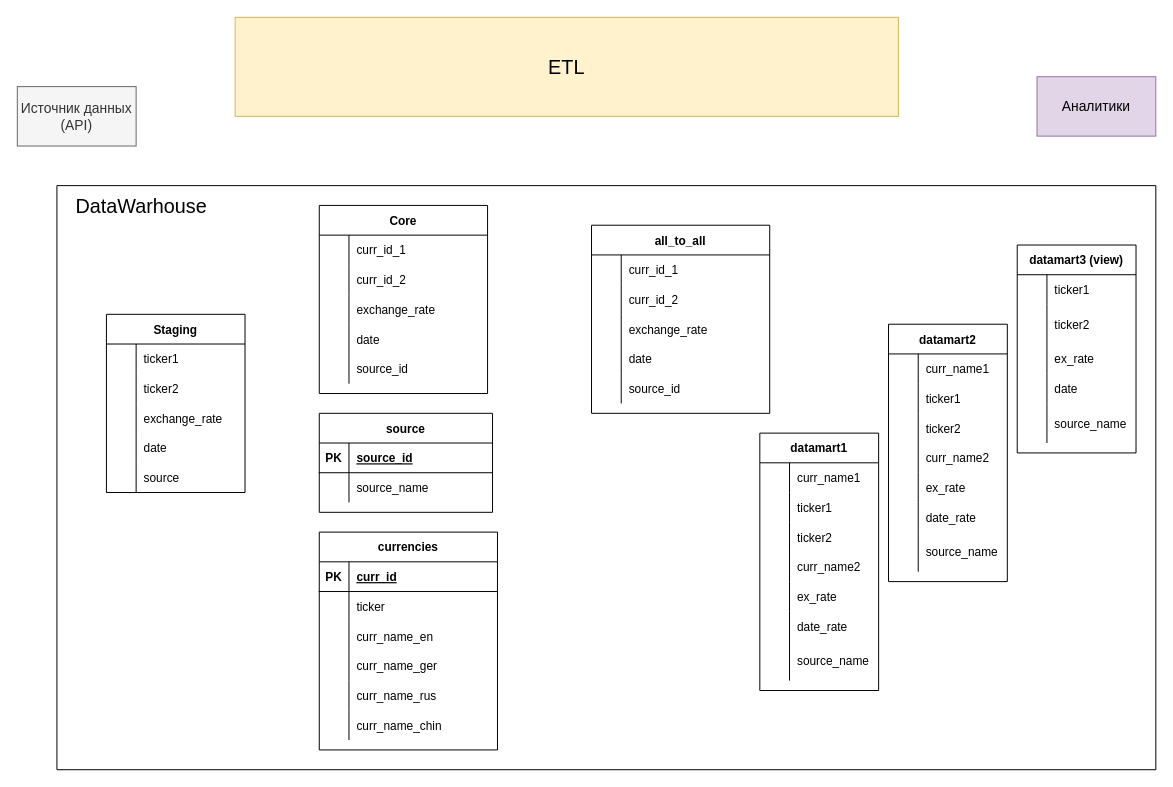
Earlier version of the draw.io diagram Untitled Diagram.drawio (igalashow/iSpring_dwh). Source tidied: cells renumbered, new cells numbered last; positions are measured from the earlier drawing's top-left corner, leaving out a move shared by most shapes. Both pictures are drawn from the tidied source at 99%, with x=0, y=0 at pixel (17, 17).
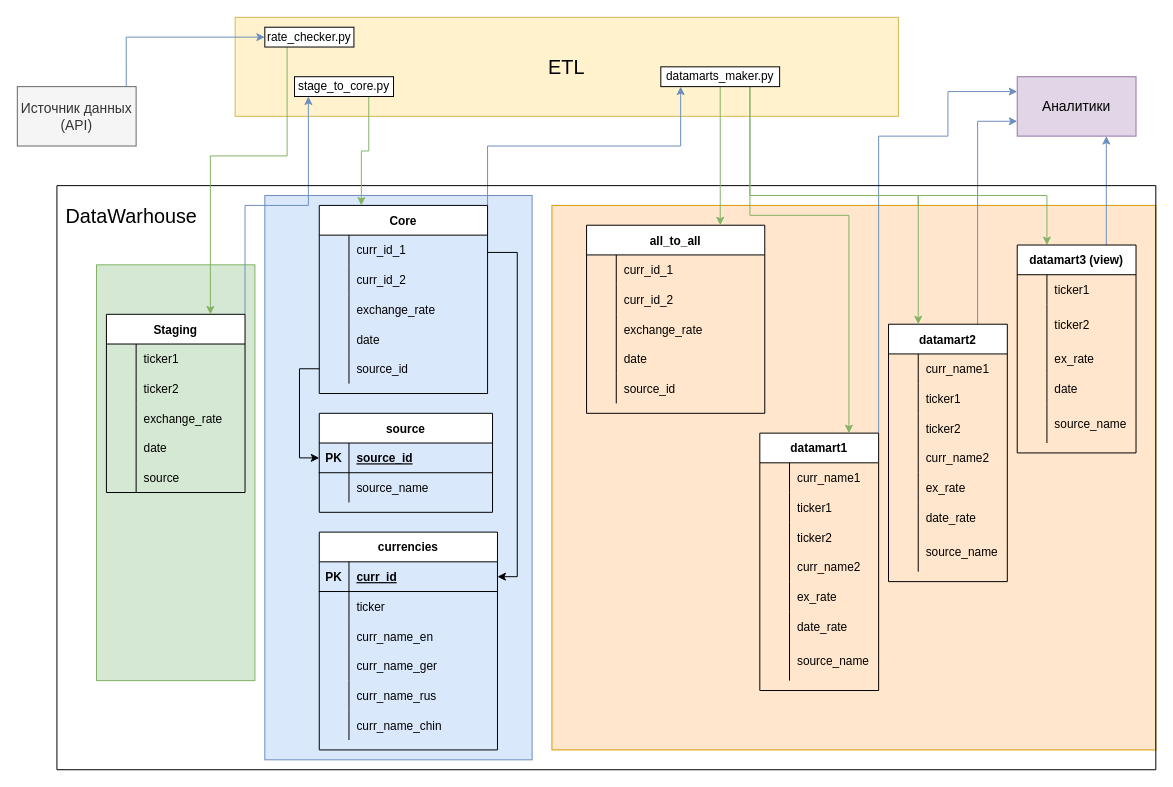
After the change.

Unchanged cells that the change refers to:
```xml
<mxCell id="2" value="Staging" style="shape=table;startSize=30;childLayout=tableLayout;rowLines=0;fontStyle=1;align=center;" parent="1" vertex="1">
  <mxGeometry x="90" y="300" width="140" height="180" as="geometry" />
</mxCell>
<mxCell id="18" value="Core" style="shape=table;startSize=30;childLayout=tableLayout;rowLines=0;fontStyle=1;align=center;" parent="1" vertex="1">
  <mxGeometry x="305" y="190" width="170" height="190" as="geometry" />
</mxCell>
<mxCell id="31" style="shape=partialRectangle;fillColor=none;top=0;left=0;bottom=0;right=0;points=[[0,0.5],[1,0.5]];portConstraint=eastwest;" parent="18" vertex="1">
  <mxGeometry y="150" width="170" height="30" as="geometry" />
</mxCell>
<mxCell id="35" style="shape=partialRectangle;fillColor=none;top=0;left=0;bottom=1;right=0;points=[[0,0.5],[1,0.5]];portConstraint=eastwest;" parent="34" vertex="1">
  <mxGeometry y="30" width="180" height="30" as="geometry" />
</mxCell>
<mxCell id="54" style="shape=partialRectangle;fillColor=none;top=0;left=0;bottom=1;right=0;points=[[0,0.5],[1,0.5]];portConstraint=eastwest;" parent="53" vertex="1">
  <mxGeometry y="30" width="175" height="30" as="geometry" />
</mxCell>
<mxCell id="76" value="datamart1" style="shape=table;startSize=30;childLayout=tableLayout;rowLines=0;fontStyle=1;align=center;" parent="1" vertex="1">
  <mxGeometry x="750" y="420" width="120" height="260" as="geometry" />
</mxCell>
<mxCell id="98" value="datamart2" style="shape=table;startSize=30;childLayout=tableLayout;rowLines=0;fontStyle=1;align=center;" parent="1" vertex="1">
  <mxGeometry x="880" y="310" width="120" height="260" as="geometry" />
</mxCell>
<mxCell id="120" value="datamart3 (view)" style="shape=table;startSize=30;childLayout=tableLayout;rowLines=0;fontStyle=1;align=center;" parent="1" vertex="1">
  <mxGeometry x="1010" y="230" width="120" height="210" as="geometry" />
</mxCell>
<mxCell id="137" value="&lt;font style=&quot;font-size: 14px&quot;&gt;Источник данных (API)&lt;br&gt;&lt;/font&gt;" style="rounded=0;whiteSpace=wrap;html=1;fillColor=#f5f5f5;strokeColor=#666666;fontColor=#333333;" parent="1" vertex="1">
  <mxGeometry y="70" width="120" height="60" as="geometry" />
</mxCell>
<mxCell id="138" style="swimlane;startSize=0;" parent="1" vertex="1">
  <mxGeometry x="40" y="170" width="1110" height="590" as="geometry" />
</mxCell>
```

What changed in the source:
```diff
@@
+    <mxCell id="141" style="rounded=0;whiteSpace=wrap;html=1;strokeColor=#82b366;strokeWidth=1;fillColor=#d5e8d4;" parent="1" vertex="1">
+      <mxGeometry x="80" y="250" width="160" height="420" as="geometry" />
+    </mxCell>
+    <mxCell id="142" style="rounded=0;whiteSpace=wrap;html=1;strokeColor=#6c8ebf;strokeWidth=1;fillColor=#dae8fc;" parent="1" vertex="1">
+      <mxGeometry x="250" y="180" width="270" height="570" as="geometry" />
+    </mxCell>
+    <mxCell id="143" style="rounded=0;whiteSpace=wrap;html=1;strokeColor=#d79b00;strokeWidth=1;fillColor=#ffe6cc;" parent="1" vertex="1">
+      <mxGeometry x="540" y="190" width="610" height="550" as="geometry" />
+    </mxCell>
+    <mxCell id="136" value="&lt;font style=&quot;font-size: 20px&quot;&gt;ETL&lt;/font&gt;" style="rounded=0;whiteSpace=wrap;html=1;fillColor=#fff2cc;strokeColor=#d6b656;" parent="1" vertex="1">
+      <mxGeometry x="220" width="670" height="100" as="geometry" />
+    </mxCell>
+    <mxCell id="144" style="edgeStyle=orthogonalEdgeStyle;rounded=0;jettySize=auto;html=1;exitX=1;exitY=0;exitDx=0;exitDy=0;entryX=0.14;entryY=1;entryDx=0;entryDy=0;entryPerimeter=0;fillColor=#dae8fc;strokeColor=#6c8ebf;" parent="1" edge="1" source="2" target="154">
+      <mxGeometry relative="1" as="geometry" />
+    </mxCell>
@@
+    <mxCell id="145" style="edgeStyle=orthogonalEdgeStyle;rounded=0;jettySize=auto;html=1;exitX=1;exitY=0;exitDx=0;exitDy=0;entryX=0.167;entryY=1;entryDx=0;entryDy=0;entryPerimeter=0;fillColor=#dae8fc;strokeColor=#6c8ebf;" parent="1" edge="1" source="18" target="158">
+      <mxGeometry relative="1" as="geometry" />
+    </mxCell>
@@
     <mxCell id="60" value="all_to_all" style="shape=table;startSize=30;childLayout=tableLayout;rowLines=0;fontStyle=1;align=center;" parent="1" vertex="1">
-      <mxGeometry x="580" y="210" width="180" height="190" as="geometry" />
+      <mxGeometry x="575" y="210" width="180" height="190" as="geometry" />
     </mxCell>
@@
+    <mxCell id="146" style="edgeStyle=orthogonalEdgeStyle;rounded=0;jettySize=auto;html=1;exitX=1;exitY=0;exitDx=0;exitDy=0;entryX=0;entryY=0.25;entryDx=0;entryDy=0;fillColor=#dae8fc;strokeColor=#6c8ebf;" parent="1" edge="1" source="76" target="140">
+      <mxGeometry relative="1" as="geometry">
+        <Array as="points">
+          <mxPoint x="870" y="120" />
+          <mxPoint x="940" y="120" />
+          <mxPoint x="940" y="75" />
+        </Array>
+      </mxGeometry>
+    </mxCell>
@@
+    <mxCell id="147" style="edgeStyle=orthogonalEdgeStyle;rounded=0;jettySize=auto;html=1;exitX=0.75;exitY=0;exitDx=0;exitDy=0;entryX=0;entryY=0.75;entryDx=0;entryDy=0;fillColor=#dae8fc;strokeColor=#6c8ebf;" parent="1" edge="1" source="98" target="140">
+      <mxGeometry relative="1" as="geometry" />
+    </mxCell>
@@
+    <mxCell id="148" style="edgeStyle=orthogonalEdgeStyle;rounded=0;jettySize=auto;html=1;exitX=0.25;exitY=0;exitDx=0;exitDy=0;entryX=0.25;entryY=0;entryDx=0;entryDy=0;fillColor=#d5e8d4;strokeColor=#82b366;" parent="1" edge="1" target="120">
+      <mxGeometry relative="1" as="geometry">
+        <mxPoint x="910" y="190" as="sourcePoint" />
+        <Array as="points">
+          <mxPoint x="910" y="180" />
+          <mxPoint x="1040" y="180" />
+        </Array>
+      </mxGeometry>
+    </mxCell>
+    <mxCell id="149" style="edgeStyle=orthogonalEdgeStyle;rounded=0;jettySize=auto;html=1;exitX=0.75;exitY=0;exitDx=0;exitDy=0;entryX=0.75;entryY=1;entryDx=0;entryDy=0;fillColor=#dae8fc;strokeColor=#6c8ebf;" parent="1" edge="1" source="120" target="140">
+      <mxGeometry relative="1" as="geometry" />
+    </mxCell>
@@
-    <mxCell id="136" value="&lt;font style=&quot;font-size: 20px&quot;&gt;ETL&lt;/font&gt;" style="rounded=0;whiteSpace=wrap;html=1;fillColor=#fff2cc;strokeColor=#d6b656;" parent="1" vertex="1">
-      <mxGeometry x="220" width="670" height="100" as="geometry" />
-    </mxCell>
@@
     <mxCell id="139" value="&lt;font style=&quot;font-size: 20px&quot;&gt;DataWarhouse&lt;/font&gt;" style="text;html=1;align=center;verticalAlign=middle;strokeColor=none;" parent="138" vertex="1">
-      <mxGeometry x="10" y="10" width="150" height="20" as="geometry" />
+      <mxGeometry y="20" width="150" height="20" as="geometry" />
     </mxCell>
     <mxCell id="140" value="&lt;font style=&quot;font-size: 14px&quot;&gt;Аналитики&lt;/font&gt;" style="rounded=0;whiteSpace=wrap;html=1;fillColor=#e1d5e7;strokeColor=#9673a6;" parent="1" vertex="1">
-      <mxGeometry x="1030" y="60" width="120" height="60" as="geometry" />
+      <mxGeometry x="1010" y="60" width="120" height="60" as="geometry" />
     </mxCell>
+    <mxCell id="150" style="edgeStyle=orthogonalEdgeStyle;rounded=0;jettySize=auto;html=1;exitX=0.917;exitY=0;exitDx=0;exitDy=0;entryX=0;entryY=0.5;entryDx=0;entryDy=0;exitPerimeter=0;fillColor=#dae8fc;strokeColor=#6c8ebf;" parent="1" edge="1" source="137" target="152">
+      <mxGeometry relative="1" as="geometry" />
+    </mxCell>
+    <mxCell id="151" style="edgeStyle=orthogonalEdgeStyle;rounded=0;jettySize=auto;html=1;exitX=0.25;exitY=1;exitDx=0;exitDy=0;entryX=0.75;entryY=0;entryDx=0;entryDy=0;fillColor=#d5e8d4;strokeColor=#82b366;" parent="1" edge="1" source="152" target="2">
+      <mxGeometry relative="1" as="geometry">
+        <Array as="points">
+          <mxPoint x="273" y="140" />
+          <mxPoint x="195" y="140" />
+        </Array>
+      </mxGeometry>
+    </mxCell>
+    <mxCell id="152" value="rate_checker.py" style="text;html=1;align=center;verticalAlign=middle;whiteSpace=wrap;rounded=0;fillColor=#ffffff;strokeColor=#000000;strokeWidth=1;" parent="1" vertex="1">
+      <mxGeometry x="250" y="10" width="90" height="20" as="geometry" />
+    </mxCell>
+    <mxCell id="153" style="edgeStyle=orthogonalEdgeStyle;rounded=0;jettySize=auto;html=1;exitX=0.75;exitY=1;exitDx=0;exitDy=0;entryX=0.25;entryY=0;entryDx=0;entryDy=0;fillColor=#d5e8d4;strokeColor=#82b366;" parent="1" edge="1" source="154" target="18">
+      <mxGeometry relative="1" as="geometry" />
+    </mxCell>
+    <mxCell id="154" value="stage_to_core.py" style="text;html=1;align=center;verticalAlign=middle;whiteSpace=wrap;rounded=0;fillColor=#ffffff;strokeColor=#000000;" parent="1" vertex="1">
+      <mxGeometry x="280" y="60" width="100" height="20" as="geometry" />
+    </mxCell>
+    <mxCell id="155" style="edgeStyle=orthogonalEdgeStyle;rounded=0;jettySize=auto;html=1;exitX=0.5;exitY=1;exitDx=0;exitDy=0;entryX=0.75;entryY=0;entryDx=0;entryDy=0;fillColor=#d5e8d4;strokeColor=#82b366;" parent="1" edge="1" source="158" target="60">
+      <mxGeometry relative="1" as="geometry" />
+    </mxCell>
+    <mxCell id="156" style="edgeStyle=orthogonalEdgeStyle;rounded=0;jettySize=auto;html=1;exitX=0.75;exitY=1;exitDx=0;exitDy=0;entryX=0.25;entryY=0;entryDx=0;entryDy=0;fillColor=#d5e8d4;strokeColor=#82b366;" parent="1" edge="1" source="158" target="98">
+      <mxGeometry relative="1" as="geometry">
+        <Array as="points">
+          <mxPoint x="740" y="180" />
+          <mxPoint x="910" y="180" />
+        </Array>
+      </mxGeometry>
+    </mxCell>
+    <mxCell id="157" style="edgeStyle=orthogonalEdgeStyle;rounded=0;jettySize=auto;html=1;exitX=0.75;exitY=1;exitDx=0;exitDy=0;entryX=0.75;entryY=0;entryDx=0;entryDy=0;fillColor=#d5e8d4;strokeColor=#82b366;" parent="1" edge="1" source="158" target="76">
+      <mxGeometry relative="1" as="geometry">
+        <Array as="points">
+          <mxPoint x="740" y="200" />
+          <mxPoint x="840" y="200" />
+        </Array>
+      </mxGeometry>
+    </mxCell>
+    <mxCell id="158" value="datamarts_maker.py" style="text;html=1;align=center;verticalAlign=middle;whiteSpace=wrap;rounded=0;fillColor=#ffffff;strokeColor=#000000;" parent="1" vertex="1">
+      <mxGeometry x="650" y="50" width="120" height="20" as="geometry" />
+    </mxCell>
+    <mxCell id="159" style="edgeStyle=orthogonalEdgeStyle;rounded=0;jettySize=auto;html=1;exitX=1;exitY=0.25;exitDx=0;exitDy=0;entryX=1;entryY=0.5;entryDx=0;entryDy=0;" parent="1" edge="1" source="18" target="35">
+      <mxGeometry relative="1" as="geometry" />
+    </mxCell>
+    <mxCell id="160" style="edgeStyle=orthogonalEdgeStyle;rounded=0;jettySize=auto;html=1;exitX=0;exitY=0.5;exitDx=0;exitDy=0;entryX=0;entryY=0.5;entryDx=0;entryDy=0;" parent="1" edge="1" source="31" target="54">
+      <mxGeometry relative="1" as="geometry" />
+    </mxCell>
```
